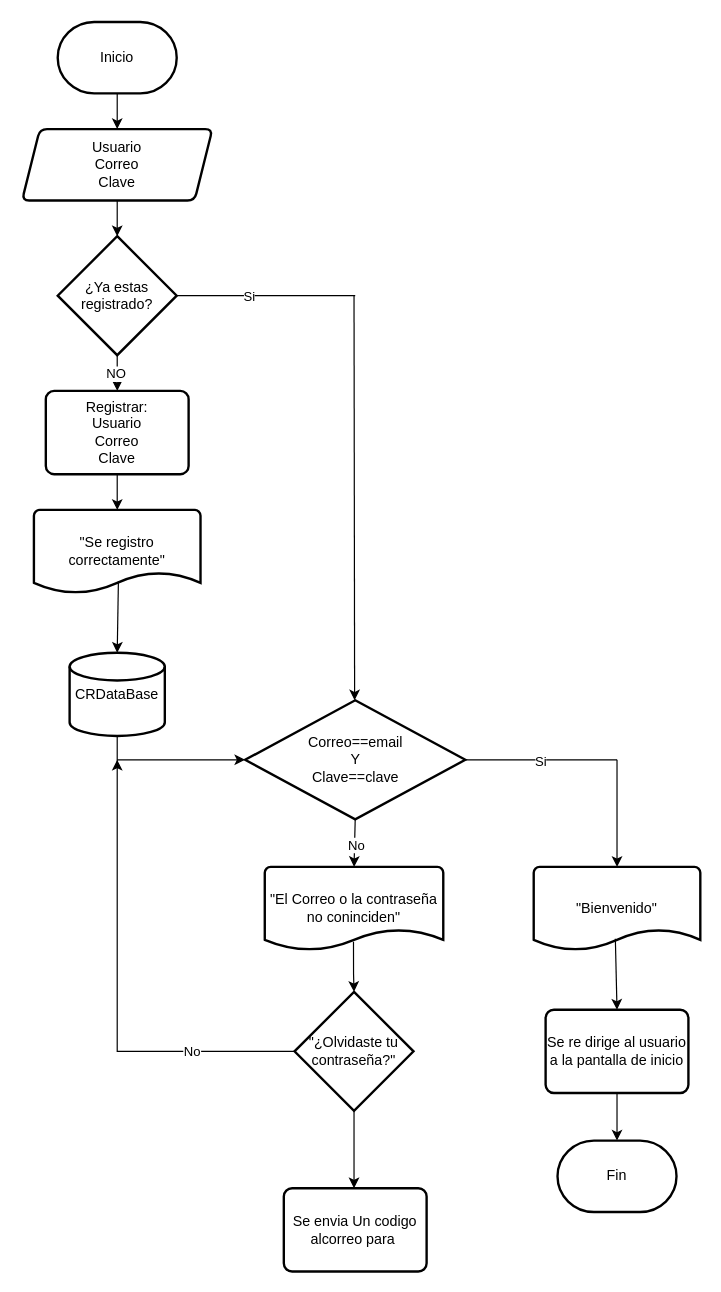
Earlier version of the draw.io diagram Documentacion/Diagrama de flujo-LoginAndRegister.drawio (MasacradorM/Confrontation-Royale). Source tidied: cells renumbered, new cells numbered last; positions are measured from the earlier drawing's top-left corner, leaving out a move shared by most shapes. Both pictures are drawn from the tidied source at 119%, with x=0, y=0 at pixel (21, 21).
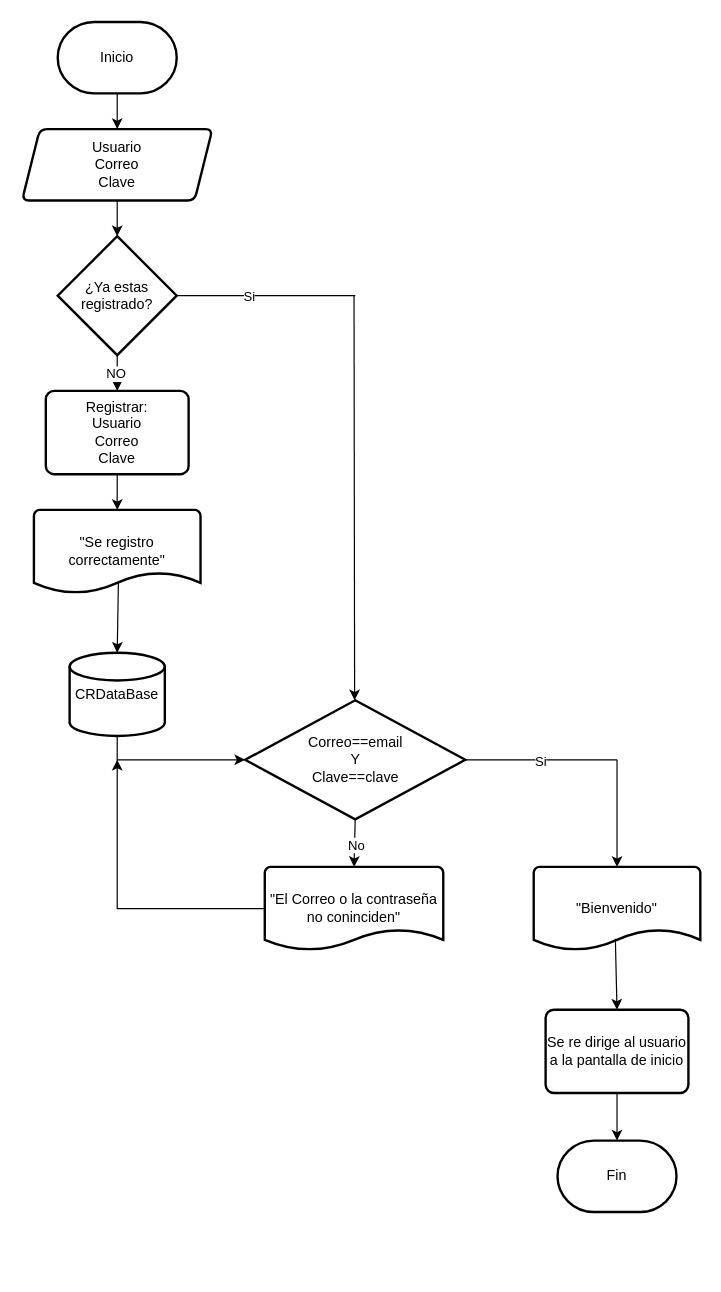
The same page after the edit.

Unchanged cells that the change refers to:
```xml
<mxCell id="3" value="&quot;El Correo o la contraseña no coninciden&quot;" style="strokeWidth=2;html=1;shape=mxgraph.flowchart.document2;whiteSpace=wrap;size=0.25;" parent="1" vertex="1">
  <mxGeometry x="204" y="710" width="150" height="70" as="geometry" />
</mxCell>
```

Diff of the diagram source:
```diff
@@
-    <mxCell id="2" style="edgeStyle=orthogonalEdgeStyle;rounded=0;jettySize=auto;html=1;exitX=0.497;exitY=0.897;exitDx=0;exitDy=0;exitPerimeter=0;" parent="1" edge="1" source="3" target="35">
-      <mxGeometry relative="1" as="geometry" />
-    </mxCell>
@@
-    <mxCell id="18" style="endArrow=classic;html=1;rounded=0;exitX=0;exitY=0.5;exitDx=0;exitDy=0;exitPerimeter=0;" parent="1" edge="1" source="35">
+    <mxCell id="18" style="endArrow=classic;html=1;rounded=0;exitX=0;exitY=0.5;exitDx=0;exitDy=0;exitPerimeter=0;" parent="1" edge="1" source="3">
       <mxGeometry relative="1" as="geometry">
         <mxPoint x="80" y="620" as="targetPoint" />
         <Array as="points">
-          <mxPoint x="80" y="865" />
+          <mxPoint x="80" y="745" />
         </Array>
       </mxGeometry>
     </mxCell>
-    <mxCell id="19" value="No" style="edgeLabel;html=1;align=center;verticalAlign=middle;" parent="18" vertex="1">
-      <mxGeometry x="-0.56" y="-1" relative="1" as="geometry" />
-    </mxCell>
@@
-    <mxCell id="34" style="edgeStyle=orthogonalEdgeStyle;rounded=0;jettySize=auto;html=1;" parent="1" edge="1" source="35">
-      <mxGeometry relative="1" as="geometry">
-        <mxPoint x="279" y="980" as="targetPoint" />
-      </mxGeometry>
-    </mxCell>
-    <mxCell id="35" value="&quot;¿Olvidaste tu contraseña?&quot;" style="strokeWidth=2;html=1;shape=mxgraph.flowchart.decision;whiteSpace=wrap;" parent="1" vertex="1">
-      <mxGeometry x="229" y="815" width="100" height="100" as="geometry" />
-    </mxCell>
-    <mxCell id="36" value="Se envia Un codigo alcorreo para&amp;nbsp;" style="rounded=1;whiteSpace=wrap;html=1;absoluteArcSize=1;arcSize=14;strokeWidth=2;" parent="1" vertex="1">
-      <mxGeometry x="220" y="980" width="120" height="70" as="geometry" />
-    </mxCell>
```
